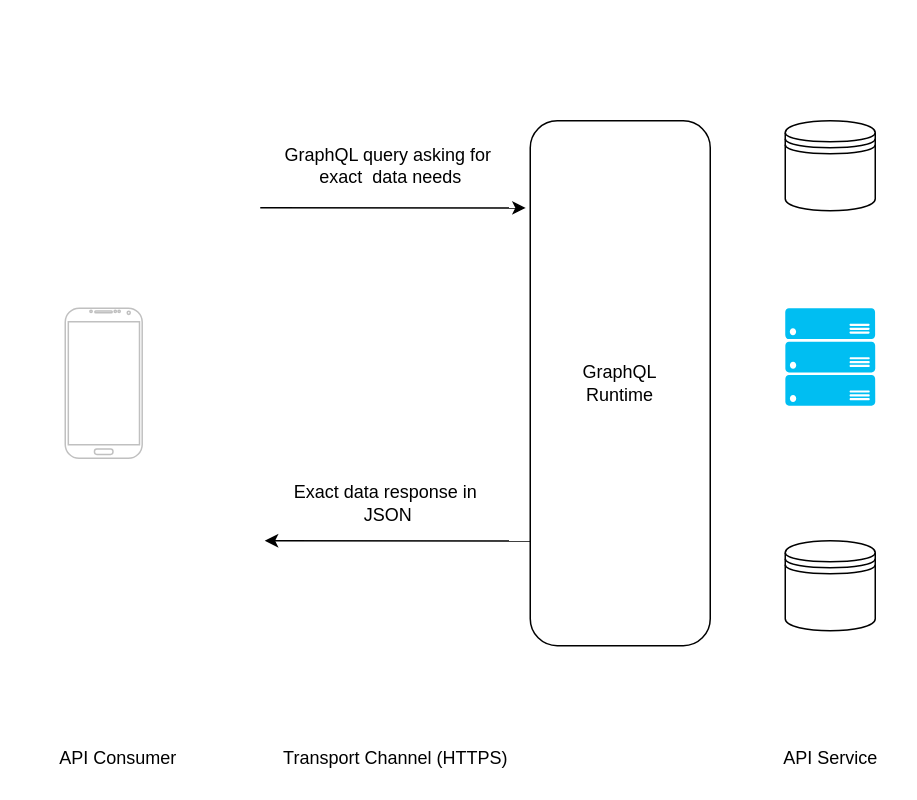
The draw.io diagram images/diagrams.drawio in itsgg/presentation-graphql-ruby, before the edit. Source tidied: cells renumbered, new cells numbered last; positions are measured from the earlier drawing's top-left corner, leaving out a move shared by most shapes. Both pictures are drawn from the tidied source at 150%, with x=0, y=0 at pixel (50, 120).
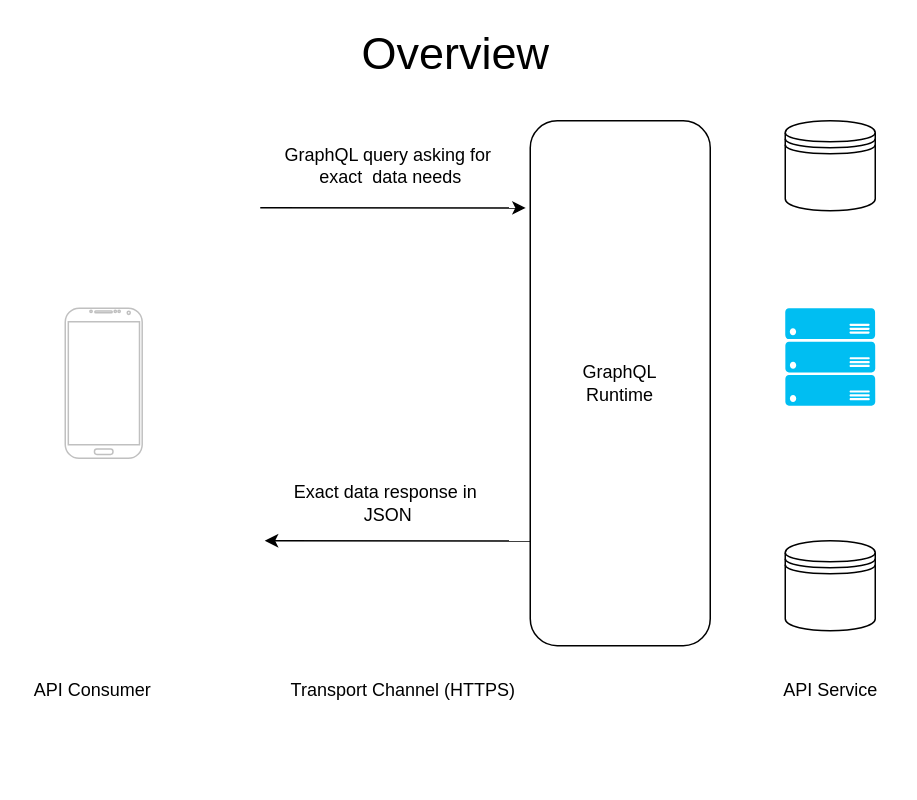
After the change.

Diff of the diagram source:
```diff
@@
 <mxGraphModel>
   <root>
     <mxCell id="0" />
     <mxCell id="1" parent="0" />
     <mxCell id="2" style="verticalLabelPosition=bottom;verticalAlign=top;html=1;shadow=0;dashed=0;strokeWidth=1;shape=mxgraph.android.phone2;strokeColor=#c0c0c0;" parent="1" vertex="1">
       <mxGeometry x="10" y="125" width="51.3" height="100" as="geometry" />
     </mxCell>
     <mxCell id="3" value="GraphQL&lt;br&gt;Runtime" style="rounded=1;whiteSpace=wrap;html=1;" parent="1" vertex="1">
       <mxGeometry x="320" width="120" height="350" as="geometry" />
     </mxCell>
     <mxCell id="4" style="shape=datastore;whiteSpace=wrap;html=1;" parent="1" vertex="1">
       <mxGeometry x="490" width="60" height="60" as="geometry" />
     </mxCell>
     <mxCell id="5" style="shape=datastore;whiteSpace=wrap;html=1;" parent="1" vertex="1">
       <mxGeometry x="490" y="280" width="60" height="60" as="geometry" />
     </mxCell>
     <mxCell id="6" style="verticalLabelPosition=bottom;html=1;verticalAlign=top;align=center;strokeColor=none;fillColor=#00BEF2;shape=mxgraph.azure.server_rack;" parent="1" vertex="1">
       <mxGeometry x="490" y="125" width="60" height="65" as="geometry" />
     </mxCell>
     <mxCell id="7" style="endArrow=classic;html=1;entryX=-0.025;entryY=0.166;entryDx=0;entryDy=0;entryPerimeter=0;" parent="1" edge="1" target="3">
       <mxGeometry relative="1" as="geometry">
         <mxPoint x="140" y="58" as="sourcePoint" />
       </mxGeometry>
     </mxCell>
     <mxCell id="8" style="endArrow=none;html=1;entryX=-0.025;entryY=0.166;entryDx=0;entryDy=0;entryPerimeter=0;endFill=0;startArrow=classic;startFill=1;" parent="1" edge="1">
       <mxGeometry relative="1" as="geometry">
         <mxPoint x="143" y="280" as="sourcePoint" />
         <mxPoint x="320" y="280.1" as="targetPoint" />
       </mxGeometry>
     </mxCell>
     <mxCell id="9" value="GraphQL query asking for&lt;br&gt;&amp;nbsp;exact&amp;nbsp; data needs" style="text;html=1;align=center;verticalAlign=middle;strokeColor=none;" parent="1" vertex="1">
       <mxGeometry x="150" y="15" width="150" height="30" as="geometry" />
     </mxCell>
     <mxCell id="10" value="Exact data response in&amp;nbsp;&lt;br&gt;JSON" style="text;html=1;align=center;verticalAlign=middle;strokeColor=none;" parent="1" vertex="1">
       <mxGeometry x="155" y="240" width="140" height="30" as="geometry" />
     </mxCell>
     <mxCell id="11" value="Transport Channel (HTTPS)" style="text;html=1;align=center;verticalAlign=middle;strokeColor=none;" parent="1" vertex="1">
-      <mxGeometry x="145" y="415" width="170" height="20" as="geometry" />
+      <mxGeometry x="150" y="370" width="170" height="20" as="geometry" />
     </mxCell>
     <mxCell id="12" value="API Service" style="text;html=1;align=center;verticalAlign=middle;strokeColor=none;" parent="1" vertex="1">
-      <mxGeometry x="480" y="415" width="80" height="20" as="geometry" />
+      <mxGeometry x="480" y="370" width="80" height="20" as="geometry" />
     </mxCell>
     <mxCell id="13" value="API Consumer" style="text;html=1;align=center;verticalAlign=middle;strokeColor=none;" parent="1" vertex="1">
-      <mxGeometry x="0.3" y="415" width="90" height="20" as="geometry" />
+      <mxGeometry x="-16.7" y="370" width="90" height="20" as="geometry" />
     </mxCell>
+    <mxCell id="14" value="&lt;font style=&quot;font-size: 30px&quot;&gt;Overview&lt;/font&gt;" style="text;html=1;align=center;verticalAlign=middle;strokeColor=none;" parent="1" vertex="1">
+      <mxGeometry x="200" y="-60" width="140" height="30" as="geometry" />
+    </mxCell>
   </root>
 </mxGraphModel>
```
